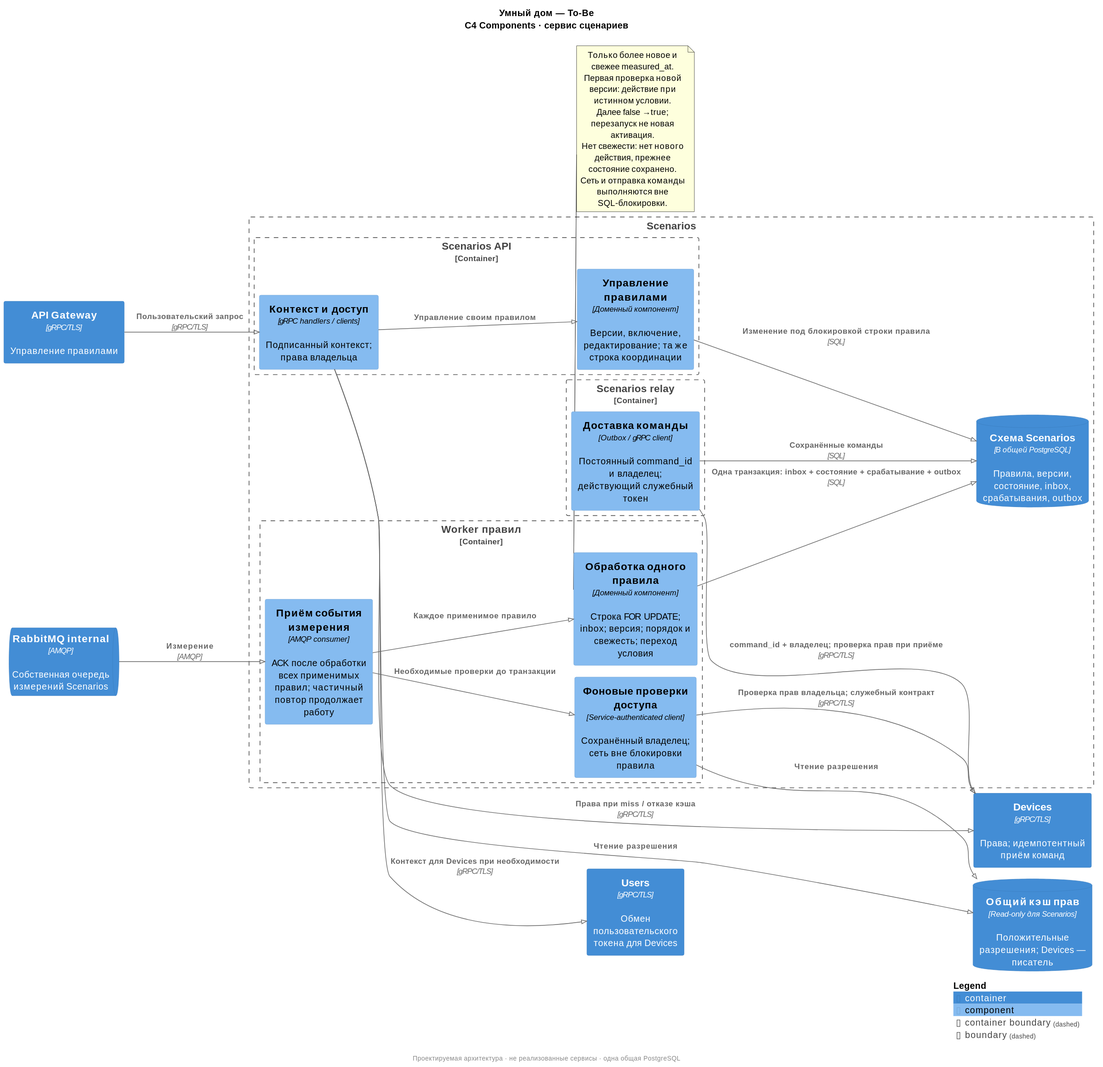
Before: schemas/to-be-components-scenarios.svg, a diagram exported from PlantUML (avitamin/architecture-pro-warmhouse). The source it was exported from:
```plantuml
@startuml
!pragma layout smetana
!include <C4/C4_Component>
LAYOUT_LEFT_RIGHT()
skinparam defaultFontName SansSerif
skinparam shadowing false
skinparam wrapWidth 180
skinparam maxMessageSize 100
skinparam nodesep 35
skinparam ranksep 65
title
Умный дом — To-Be
C4 Components · сервис сценариев
end title

Container(edge, "API Gateway", "gRPC/TLS", "Управление правилами")
Container(users, "Users", "gRPC/TLS", "Обмен пользовательского токена для Devices")
Container(devices, "Devices", "gRPC/TLS", "Права; идемпотентный приём команд")
ContainerDb(cache, "Общий кэш прав", "Read-only для Scenarios", "Положительные разрешения; Devices — писатель")
ContainerQueue(broker, "RabbitMQ internal", "AMQP", "Собственная очередь измерений Scenarios")
Boundary(service, "Scenarios") {
  Container_Boundary(api, "Scenarios API") {
    Component(auth, "Контекст и доступ", "gRPC handlers / clients", "Подписанный контекст; права владельца")
    Component(rules, "Управление правилами", "Доменный компонент", "Версии, включение, редактирование; та же строка координации")
  }
  Container_Boundary(worker, "Worker правил") {
    Component(consumer, "Приём события измерения", "AMQP consumer", "ACK после обработки всех применимых правил; частичный повтор продолжает работу")
    Component(evaluator, "Обработка одного правила", "Доменный компонент", "Строка FOR UPDATE; inbox; версия; порядок и свежесть; переход условия")
    Component(permissions, "Фоновые проверки доступа", "Service-authenticated client", "Сохранённый владелец; сеть вне блокировки правила")
  }
  Container_Boundary(relayrole, "Scenarios relay") {
    Component(relay, "Доставка команды", "Outbox / gRPC client", "Постоянный command_id и владелец; действующий служебный токен")
  }
  ContainerDb(db, "Схема Scenarios", "В общей PostgreSQL", "Правила, версии, состояние, inbox, срабатывания, outbox")
}
Rel(edge, auth, "Пользовательский запрос", "gRPC/TLS")
Rel(auth, users, "Контекст для Devices при необходимости", "gRPC/TLS")
Rel(auth, cache, "Чтение разрешения")
Rel(auth, devices, "Права при miss / отказе кэша", "gRPC/TLS")
Rel(auth, rules, "Управление своим правилом")
Rel(rules, db, "Изменение под блокировкой строки правила", "SQL")
Rel(broker, consumer, "Измерение", "AMQP")
Rel(consumer, permissions, "Необходимые проверки до транзакции")
Rel(permissions, cache, "Чтение разрешения")
Rel(permissions, devices, "Проверка прав владельца; служебный контракт", "gRPC/TLS")
Rel(consumer, evaluator, "Каждое применимое правило")
Rel(evaluator, db, "Одна транзакция: inbox + состояние + срабатывание + outbox", "SQL")
Rel(relay, db, "Сохранённые команды", "SQL")
Rel(relay, devices, "command_id + владелец; проверка прав при приёме", "gRPC/TLS")
note bottom of evaluator
  Только более новое и свежее measured_at.
  Первая проверка новой версии: действие при истинном условии.
  Далее false → true; перезапуск не новая активация.
  Нет свежести: нет нового действия, прежнее состояние сохранено.
  Сеть и отправка команды выполняются вне SQL-блокировки.
end note

SHOW_LEGEND()
footer Проектируемая архитектура · не реализованные сервисы · одна общая PostgreSQL
@enduml
```
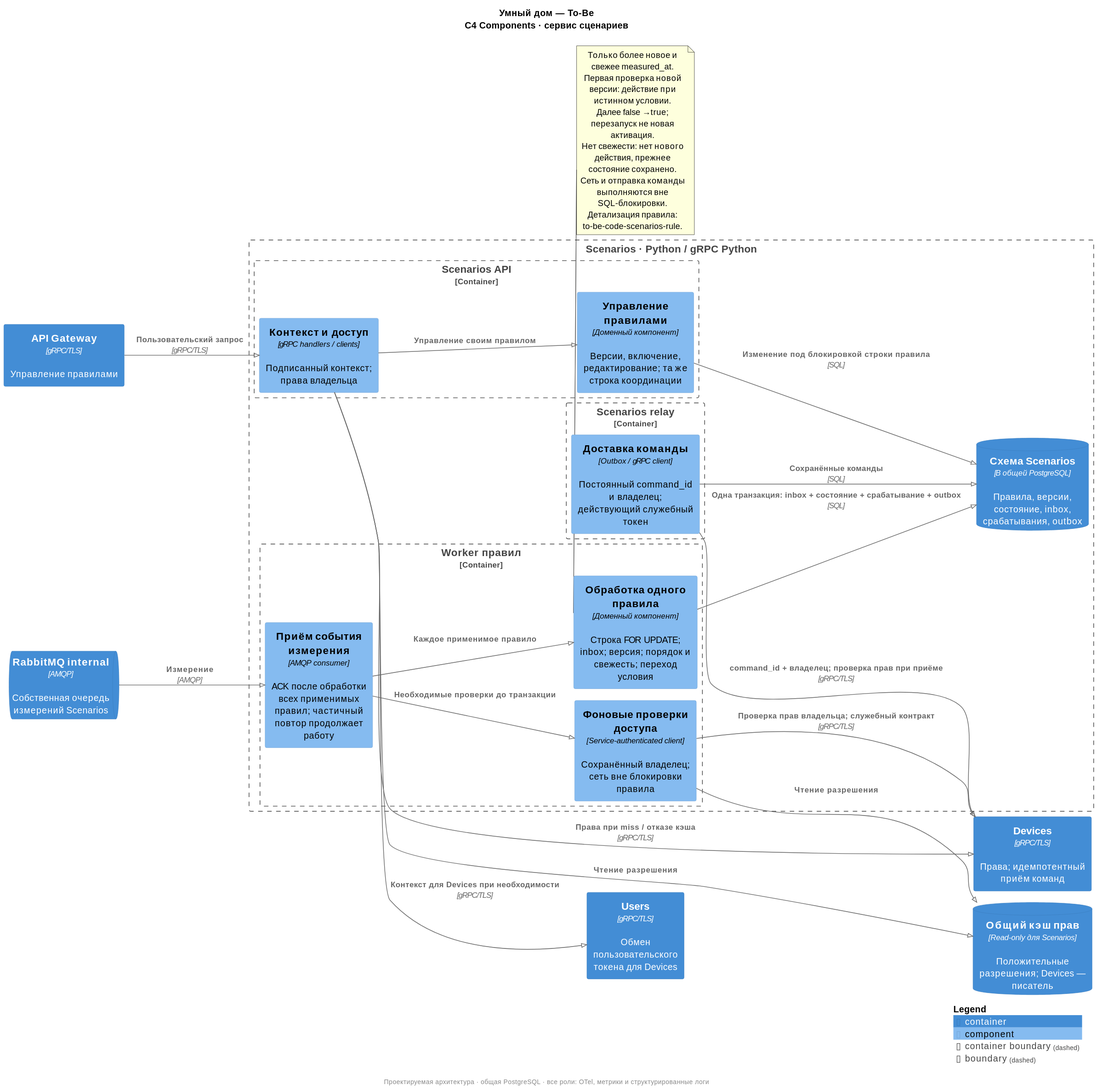
After the commit.

What changed in the source:
```diff
@@ -18,7 +18,7 @@
 Container(devices, "Devices", "gRPC/TLS", "Права; идемпотентный приём команд")
 ContainerDb(cache, "Общий кэш прав", "Read-only для Scenarios", "Положительные разрешения; Devices — писатель")
 ContainerQueue(broker, "RabbitMQ internal", "AMQP", "Собственная очередь измерений Scenarios")
-Boundary(service, "Scenarios") {
+Boundary(service, "Scenarios · Python / gRPC Python") {
   Container_Boundary(api, "Scenarios API") {
     Component(auth, "Контекст и доступ", "gRPC handlers / clients", "Подписанный контекст; права владельца")
     Component(rules, "Управление правилами", "Доменный компонент", "Версии, включение, редактирование; та же строка координации")
@@ -53,8 +53,9 @@
   Далее false → true; перезапуск не новая активация.
   Нет свежести: нет нового действия, прежнее состояние сохранено.
   Сеть и отправка команды выполняются вне SQL-блокировки.
+  Детализация правила: to-be-code-scenarios-rule.
 end note
 
 SHOW_LEGEND()
-footer Проектируемая архитектура · не реализованные сервисы · одна общая PostgreSQL
+footer Проектируемая архитектура · общая PostgreSQL · все роли: OTel, метрики и структурированные логи
 @enduml
```
